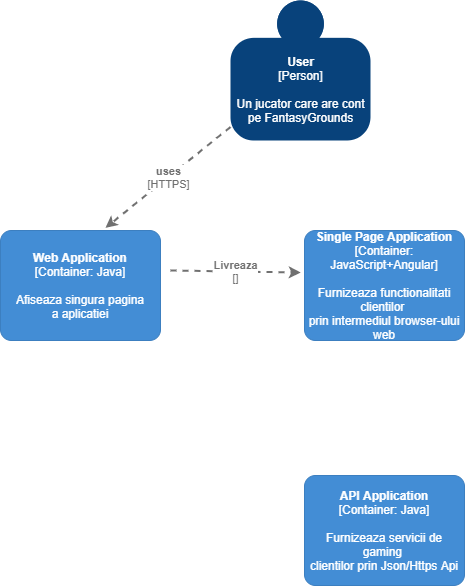
This is C4_container.png from Madalina0303/Ip-lab4, a draw.io export, as it was before one commit. Source tidied: cells renumbered, new cells last; positions are measured from the earlier drawing's top-left corner, leaving out a move shared by most shapes.
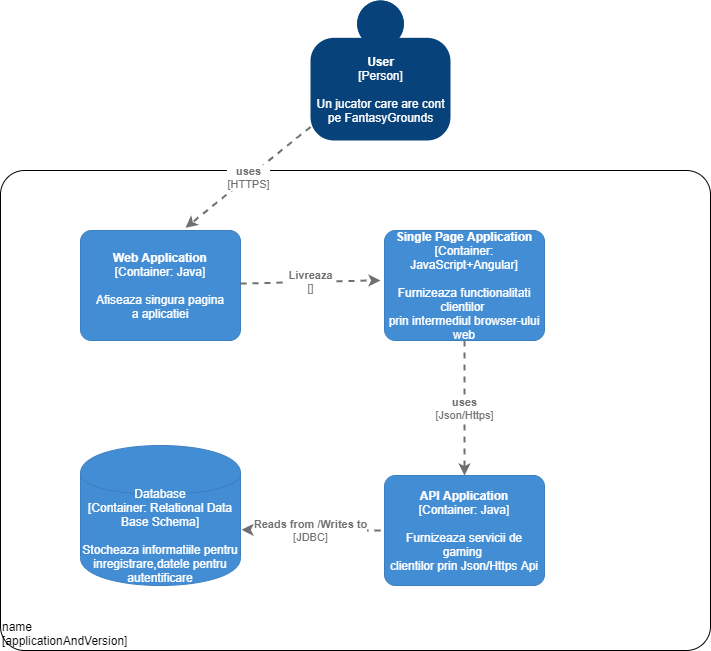
After the change.

Change to the diagram source:
```diff
@@ -2,6 +2,11 @@
   <root>
     <mxCell id="0" />
     <mxCell id="1" parent="0" />
+    <object id="8" label="&lt;div style=&quot;text-align: left&quot;&gt;%c4Name%&lt;/div&gt;&lt;div style=&quot;text-align: left&quot;&gt;[%c4Application%]&lt;/div&gt;" c4Application="applicationAndVersion" c4Name="name" c4Type="ExecutionEnvironment" placeholders="1">
+      <mxCell style="rounded=1;whiteSpace=wrap;html=1;labelBackgroundColor=none;fillColor=#ffffff;fontColor=#000000;align=left;arcSize=5;strokeColor=#000000;verticalAlign=bottom;metaData={&quot;c4Type&quot;:{&quot;editable&quot;:false}};" parent="1" vertex="1">
+        <mxGeometry x="-80" y="170" width="710" height="480" as="geometry" />
+      </mxCell>
+    </object>
     <object id="2" label="&lt;b&gt;%c4Name%&lt;/b&gt;&lt;div&gt;[%c4Type%]&lt;/div&gt;&lt;br&gt;&lt;div&gt;%c4Description%&lt;/div&gt;" c4Description="Un jucator care are cont&#10;pe FantasyGrounds" c4Name="User&#10;" c4Type="Person" placeholders="1">
       <mxCell style="html=1;dashed=0;whitespace=wrap;fillColor=#08427b;strokeColor=none;fontColor=#ffffff;shape=mxgraph.c4.person;align=center;points=[[0.5,0,0],[1,0.5,0],[1,0.75,0],[0.75,1,0],[0.5,1,0],[0.25,1,0],[0,0.75,0],[0,0.5,0]];metaData={&quot;c4Type&quot;:{&quot;editable&quot;:false}};" parent="1" vertex="1">
         <mxGeometry x="230" width="140" height="140" as="geometry" />
@@ -23,9 +28,12 @@
       </mxCell>
     </object>
     <object id="6" label="&lt;div style=&quot;text-align: left&quot;&gt;&lt;div style=&quot;text-align: center&quot;&gt;&lt;b&gt;%c4Description%&lt;/b&gt;&lt;/div&gt;&lt;div style=&quot;text-align: center&quot;&gt;[%c4Technology%]&lt;/div&gt;&lt;/div&gt;" c4Description="Livreaza" c4Technology="" c4Type="Relationship" placeholders="1">
-      <mxCell style="edgeStyle=none;rounded=0;html=1;entryX=-0.023;entryY=0.382;jettySize=auto;strokeColor=#707070;strokeWidth=2;fontColor=#707070;jumpStyle=none;dashed=1;metaData={&quot;c4Type&quot;:{&quot;editable&quot;:false}};entryDx=0;entryDy=0;entryPerimeter=0;" parent="1" edge="1" target="5">
+      <mxCell style="edgeStyle=none;rounded=0;html=1;jettySize=auto;strokeColor=#707070;strokeWidth=2;fontColor=#707070;jumpStyle=none;dashed=1;metaData={&quot;c4Type&quot;:{&quot;editable&quot;:false}};" parent="1" edge="1" source="3">
         <mxGeometry relative="1" as="geometry">
-          <mxPoint x="170" y="270" as="sourcePoint" />
+          <mxPoint x="300" y="280" as="targetPoint" />
+          <Array as="points">
+            <mxPoint x="290" y="280" />
+          </Array>
         </mxGeometry>
       </mxCell>
     </object>
@@ -34,5 +42,22 @@
         <mxGeometry x="304" y="475" width="160" height="110" as="geometry" />
       </mxCell>
     </object>
+    <object id="9" label="&lt;div style=&quot;text-align: left&quot;&gt;&lt;div style=&quot;text-align: center&quot;&gt;&lt;b&gt;%c4Description%&lt;/b&gt;&lt;/div&gt;&lt;div style=&quot;text-align: center&quot;&gt;[%c4Technology%]&lt;/div&gt;&lt;/div&gt;" c4Description="uses" c4Technology="Json/Https" c4Type="Relationship" placeholders="1">
+      <mxCell style="edgeStyle=none;rounded=0;html=1;jettySize=auto;strokeColor=#707070;strokeWidth=2;fontColor=#707070;jumpStyle=none;dashed=1;metaData={&quot;c4Type&quot;:{&quot;editable&quot;:false}};exitX=0.5;exitY=1;exitDx=0;exitDy=0;exitPerimeter=0;" parent="1" edge="1" source="5" target="7">
+        <mxGeometry relative="1" as="geometry" />
+      </mxCell>
+    </object>
+    <object id="10" label="%c4Type%&lt;div&gt;[Container:&amp;nbsp;%c4Technology%]&lt;/div&gt;&lt;br&gt;&lt;div&gt;%c4Description%&lt;/div&gt;" c4Description="Stocheaza informatiile pentru inregistrare,datele pentru autentificare" c4Technology="Relational Data Base Schema" c4Type="Database" placeholders="1">
+      <mxCell style="shape=cylinder;whiteSpace=wrap;html=1;boundedLbl=1;rounded=0;labelBackgroundColor=none;fillColor=#438DD5;fontSize=12;fontColor=#ffffff;align=center;strokeColor=#3C7FC0;points=[[0.5,0,0],[1,0.25,0],[1,0.5,0],[1,0.75,0],[0.5,1,0],[0,0.75,0],[0,0.5,0],[0,0.25,0]];metaData={&quot;c4Type&quot;:{&quot;editable&quot;:false}};" parent="1" vertex="1">
+        <mxGeometry y="445" width="160" height="140" as="geometry" />
+      </mxCell>
+    </object>
+    <object id="11" label="&lt;div style=&quot;text-align: left&quot;&gt;&lt;div style=&quot;text-align: center&quot;&gt;&lt;b&gt;%c4Description%&lt;/b&gt;&lt;/div&gt;&lt;div style=&quot;text-align: center&quot;&gt;[%c4Technology%]&lt;/div&gt;&lt;/div&gt;" c4Description="Reads from /Writes to" c4Technology="JDBC" c4Type="Relationship" placeholders="1">
+      <mxCell style="edgeStyle=none;rounded=0;html=1;jettySize=auto;strokeColor=#707070;strokeWidth=2;fontColor=#707070;jumpStyle=none;dashed=1;metaData={&quot;c4Type&quot;:{&quot;editable&quot;:false}};entryX=1.006;entryY=0.602;entryDx=0;entryDy=0;entryPerimeter=0;" parent="1" edge="1" target="10">
+        <mxGeometry relative="1" as="geometry">
+          <mxPoint x="300" y="530" as="sourcePoint" />
+        </mxGeometry>
+      </mxCell>
+    </object>
   </root>
 </mxGraphModel>
```
